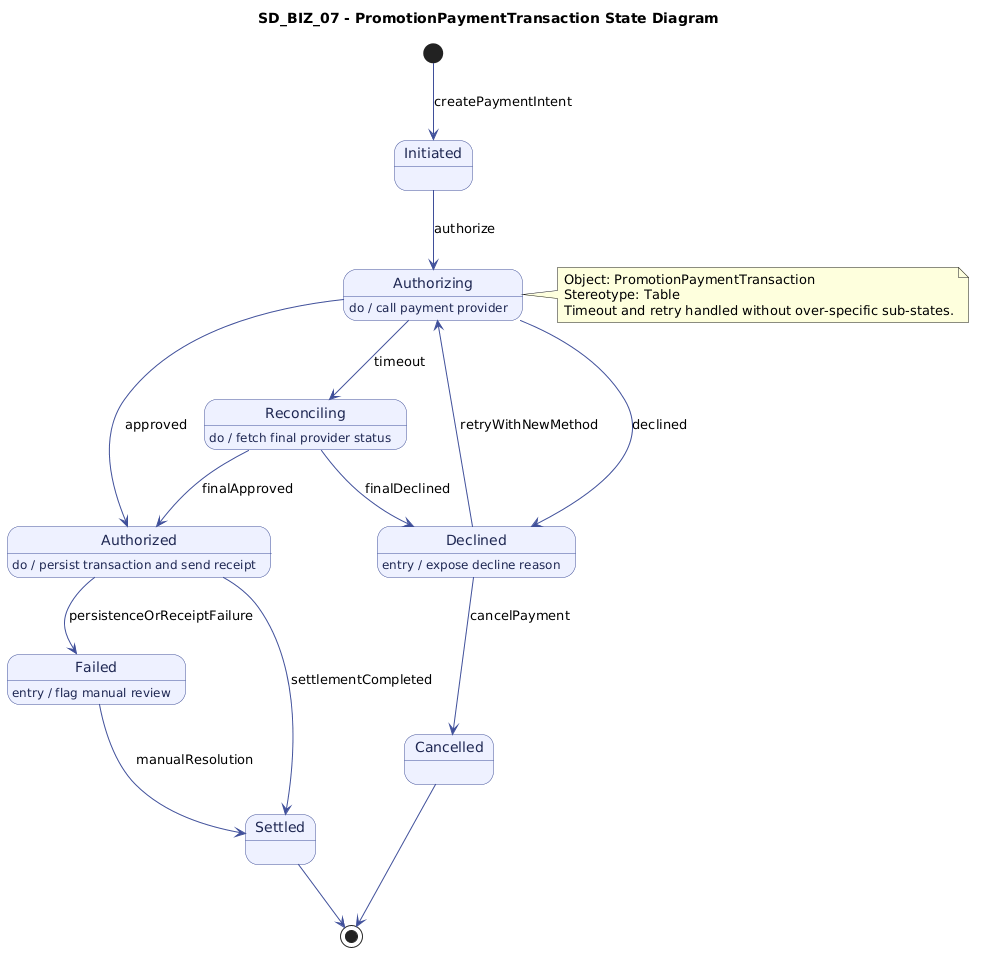
Before: State Diagrams/BusinessRole/SD_BIZ_07_Promotion_Payment_Transaction.png, a diagram exported from PlantUML (gorge-unc23/4ThePlot). Source of this version:
```plantuml
@startuml
title SD_BIZ_07 - PromotionPaymentTransaction State Diagram
top to bottom direction

skinparam state {
  BackgroundColor #EEF1FF
  BorderColor #3F4F9A
  FontColor #1E2752
  ArrowColor #3F4F9A
}

[*] -down-> Initiated : createPaymentIntent

state Initiated
Initiated --> Authorizing : authorize

state Authorizing
Authorizing : do / call payment provider
Authorizing --> Authorized : approved
Authorizing --> Declined : declined
Authorizing --> Reconciling : timeout

state Reconciling
Reconciling : do / fetch final provider status
Reconciling --> Authorized : finalApproved
Reconciling --> Declined : finalDeclined

state Authorized
Authorized : do / persist transaction and send receipt
Authorized --> Settled : settlementCompleted
Authorized --> Failed : persistenceOrReceiptFailure

state Declined
Declined : entry / expose decline reason
Declined --> Authorizing : retryWithNewMethod
Declined --> Cancelled : cancelPayment

state Failed
Failed : entry / flag manual review
Failed --> Settled : manualResolution

state Settled
state Cancelled

Settled --> [*]
Cancelled --> [*]

note right of Authorizing
Object: PromotionPaymentTransaction
Stereotype: Table
Timeout and retry handled without over-specific sub-states.
end note
@enduml
```
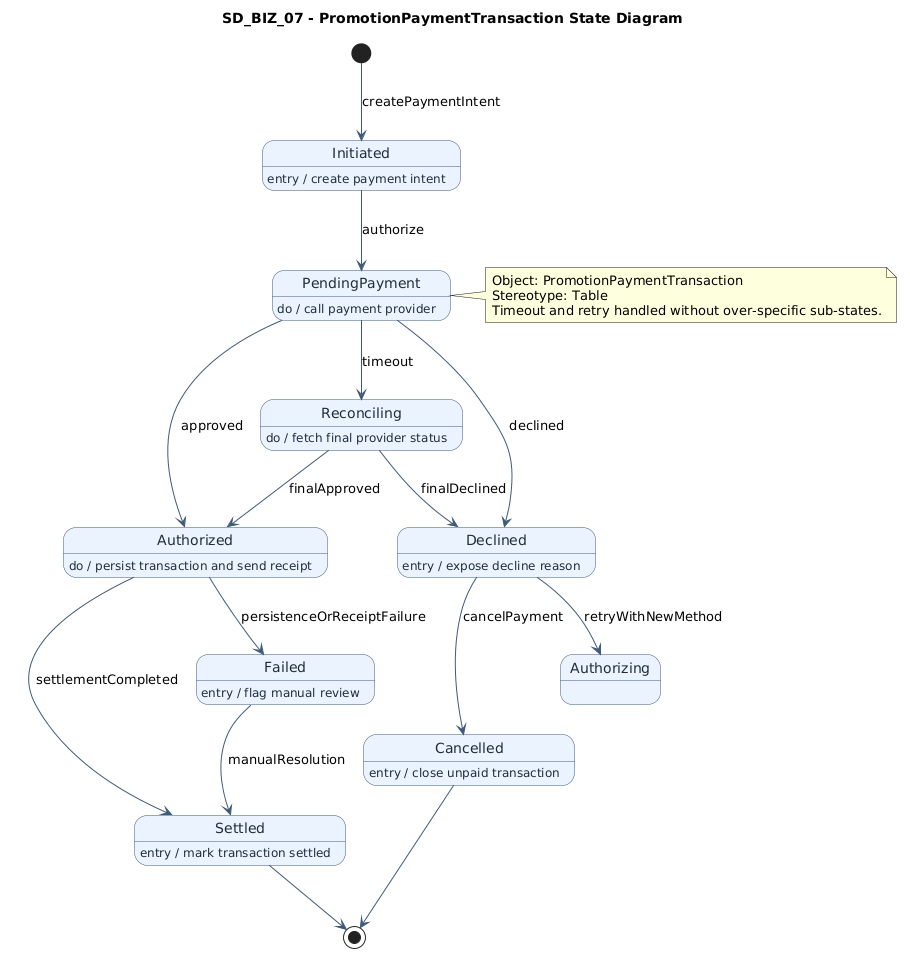
Above is the later version.

Change to the diagram source:
```diff
@@ -3,22 +3,23 @@
 top to bottom direction
 
 skinparam state {
-  BackgroundColor #EEF1FF
-  BorderColor #3F4F9A
-  FontColor #1E2752
-  ArrowColor #3F4F9A
+  BackgroundColor #EAF3FF
+  BorderColor #3E5A78
+  FontColor #1F2D3A
+  ArrowColor #3E5A78
 }
 
 [*] -down-> Initiated : createPaymentIntent
 
 state Initiated
-Initiated --> Authorizing : authorize
+Initiated : entry / create payment intent
+Initiated --> PendingPayment : authorize
 
-state Authorizing
-Authorizing : do / call payment provider
-Authorizing --> Authorized : approved
-Authorizing --> Declined : declined
-Authorizing --> Reconciling : timeout
+state PendingPayment
+PendingPayment : do / call payment provider
+PendingPayment --> Authorized : approved
+PendingPayment --> Declined : declined
+PendingPayment --> Reconciling : timeout
 
 state Reconciling
 Reconciling : do / fetch final provider status
@@ -40,12 +41,14 @@
 Failed --> Settled : manualResolution
 
 state Settled
+Settled : entry / mark transaction settled
 state Cancelled
+Cancelled : entry / close unpaid transaction
 
 Settled --> [*]
 Cancelled --> [*]
 
-note right of Authorizing
+note right of PendingPayment
 Object: PromotionPaymentTransaction
 Stereotype: Table
 Timeout and retry handled without over-specific sub-states.
```
